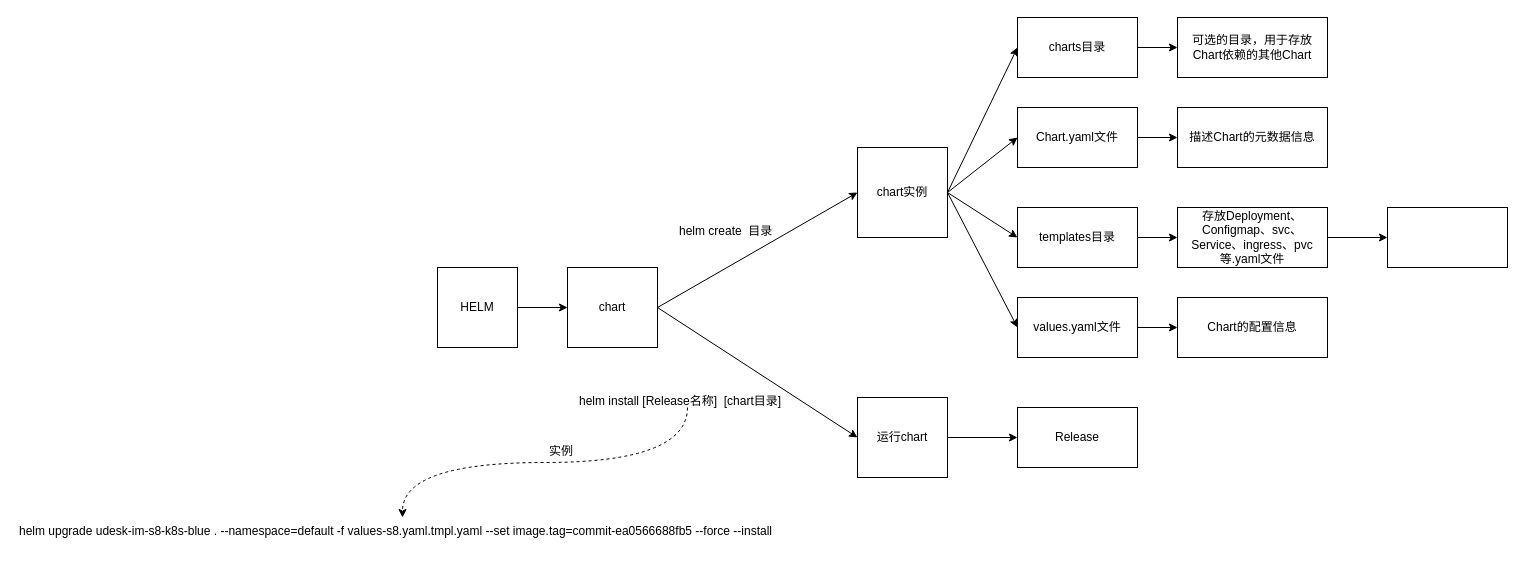
Earlier version of the draw.io diagram s8-k8s.drawio (liuning0927/private_deploy). Source tidied: cells renumbered, new cells numbered last; positions are measured from the earlier drawing's top-left corner, leaving out a move shared by most shapes. Both pictures are drawn from the tidied source at 100%, with x=0, y=0 at pixel (17, 17).
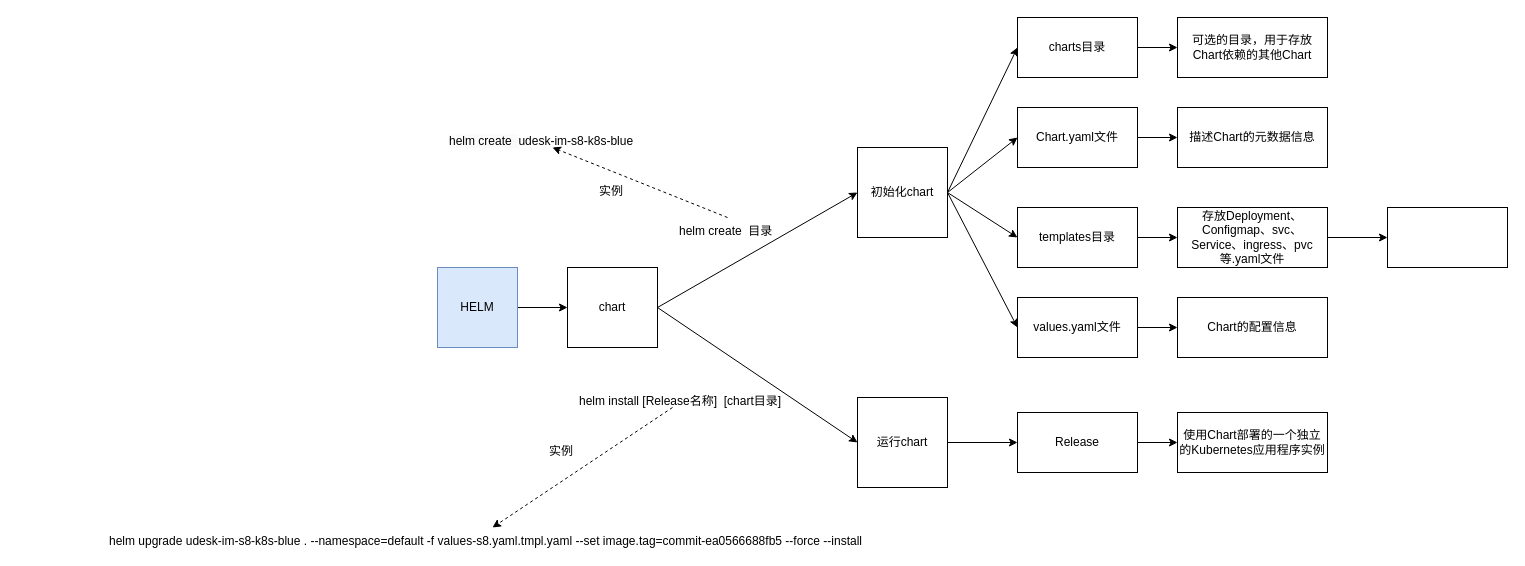
The same diagram, later.

The change refers to these unchanged cells:
```xml
<mxCell id="27" value="helm create  目录" style="text;whiteSpace=wrap;" parent="1" vertex="1">
  <mxGeometry x="660" y="200" width="100" height="20" as="geometry" />
</mxCell>
<mxCell id="31" value="helm install [Release名称]  [chart目录]" style="text;whiteSpace=wrap;" parent="1" vertex="1">
  <mxGeometry x="560" y="370" width="220" height="20" as="geometry" />
</mxCell>
```

Change to the diagram source:
```diff
@@
-    <mxCell id="3" value="HELM" style="whiteSpace=wrap;html=1;" parent="1" vertex="1">
+    <mxCell id="3" value="HELM" style="whiteSpace=wrap;html=1;fillColor=#dae8fc;strokeColor=#6c8ebf;" parent="1" vertex="1">
       <mxGeometry x="420" y="250" width="80" height="80" as="geometry" />
     </mxCell>
@@
-    <mxCell id="8" value="chart实例" style="rounded=0;whiteSpace=wrap;html=1;" parent="1" vertex="1">
+    <mxCell id="8" value="初始化chart" style="rounded=0;whiteSpace=wrap;html=1;" parent="1" vertex="1">
       <mxGeometry x="840" y="130" width="90" height="90" as="geometry" />
     </mxCell>
@@
     <mxCell id="23" value="helm upgrade udesk-im-s8-k8s-blue . --namespace=default -f values-s8.yaml.tmpl.yaml --set image.tag=commit-ea0566688fb5 --force --install" style="text;whiteSpace=wrap;" parent="1" vertex="1">
-      <mxGeometry y="500" width="770" height="20" as="geometry" />
+      <mxGeometry x="90" y="510" width="770" height="20" as="geometry" />
     </mxCell>
@@
+    <mxCell id="34" style="rounded=0;jettySize=auto;html=1;exitX=0.5;exitY=0;exitDx=0;exitDy=0;entryX=0.5;entryY=1;entryDx=0;entryDy=0;dashed=1;" parent="1" edge="1" source="27" target="36">
+      <mxGeometry relative="1" as="geometry" />
+    </mxCell>
@@
     <mxCell id="29" value="运行chart" style="rounded=0;whiteSpace=wrap;html=1;" parent="1" vertex="1">
-      <mxGeometry x="840" y="380" width="90" height="80" as="geometry" />
+      <mxGeometry x="840" y="380" width="90" height="90" as="geometry" />
     </mxCell>
-    <mxCell id="30" style="edgeStyle=orthogonalEdgeStyle;rounded=0;jettySize=auto;html=1;entryX=0.5;entryY=0;entryDx=0;entryDy=0;curved=1;dashed=1;" parent="1" edge="1" source="31" target="23">
+    <mxCell id="30" style="rounded=0;jettySize=auto;html=1;entryX=0.5;entryY=0;entryDx=0;entryDy=0;dashed=1;" parent="1" edge="1" source="31" target="23">
       <mxGeometry relative="1" as="geometry" />
     </mxCell>
@@
+    <mxCell id="35" style="edgeStyle=orthogonalEdgeStyle;rounded=0;jettySize=auto;html=1;exitX=1;exitY=0.5;exitDx=0;exitDy=0;entryX=0;entryY=0.5;entryDx=0;entryDy=0;" parent="1" edge="1" source="33" target="38">
+      <mxGeometry relative="1" as="geometry" />
+    </mxCell>
     <mxCell id="33" value="Release" style="rounded=0;whiteSpace=wrap;html=1;" parent="1" vertex="1">
-      <mxGeometry x="1000" y="390" width="120" height="60" as="geometry" />
+      <mxGeometry x="1000" y="395" width="120" height="60" as="geometry" />
     </mxCell>
+    <mxCell id="36" value="&lt;span style=&quot;color: rgb(0, 0, 0); font-family: Helvetica; font-size: 12px; font-style: normal; font-variant-ligatures: normal; font-variant-caps: normal; font-weight: 400; letter-spacing: normal; orphans: 2; text-align: left; text-indent: 0px; text-transform: none; widows: 2; word-spacing: 0px; -webkit-text-stroke-width: 0px; background-color: rgb(251, 251, 251); text-decoration-thickness: initial; text-decoration-style: initial; text-decoration-color: initial; float: none; display: inline !important;&quot;&gt;helm create&amp;nbsp;&amp;nbsp;&lt;/span&gt;udesk-im-s8-k8s-blue" style="text;whiteSpace=wrap;html=1;" parent="1" vertex="1">
+      <mxGeometry x="430" y="110" width="210" height="20" as="geometry" />
+    </mxCell>
+    <mxCell id="37" value="实例" style="text;whiteSpace=wrap;" parent="1" vertex="1">
+      <mxGeometry x="580" y="160" width="30" height="30" as="geometry" />
+    </mxCell>
+    <mxCell id="38" value="使用Chart部署的一个独立的Kubernetes应用程序实例" style="rounded=0;whiteSpace=wrap;html=1;" parent="1" vertex="1">
+      <mxGeometry x="1160" y="395" width="150" height="60" as="geometry" />
+    </mxCell>
```
